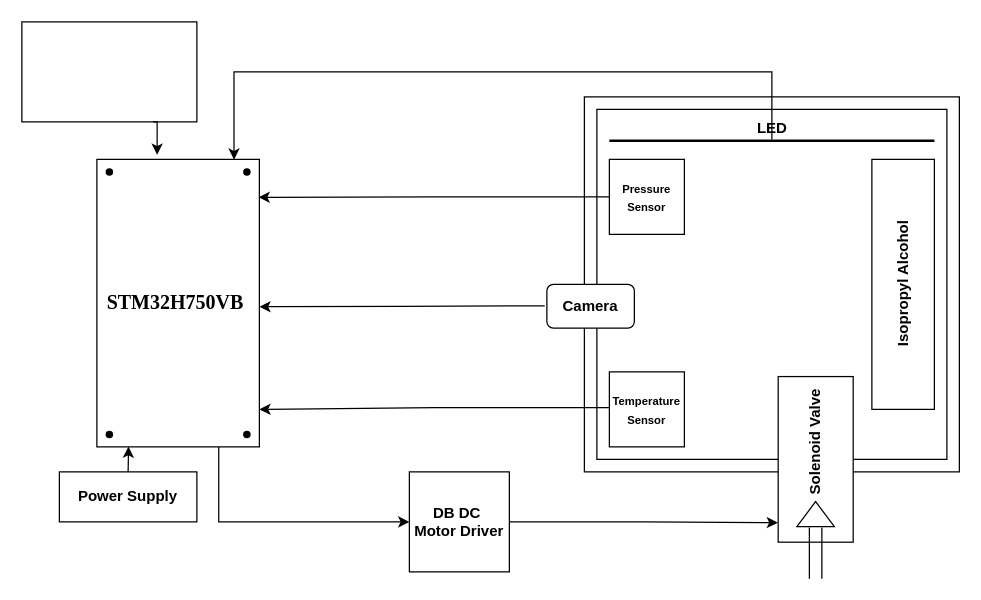
Before: Particle_Detector.drawio in PS-KAVERAPPA/Particle_Detector, a draw.io diagram. Source tidied: cells renumbered, new cells numbered last; positions are measured from the earlier drawing's top-left corner, leaving out a move shared by most shapes. Both pictures are drawn from the tidied source at 125%, with x=0, y=0 at pixel (21, 21).
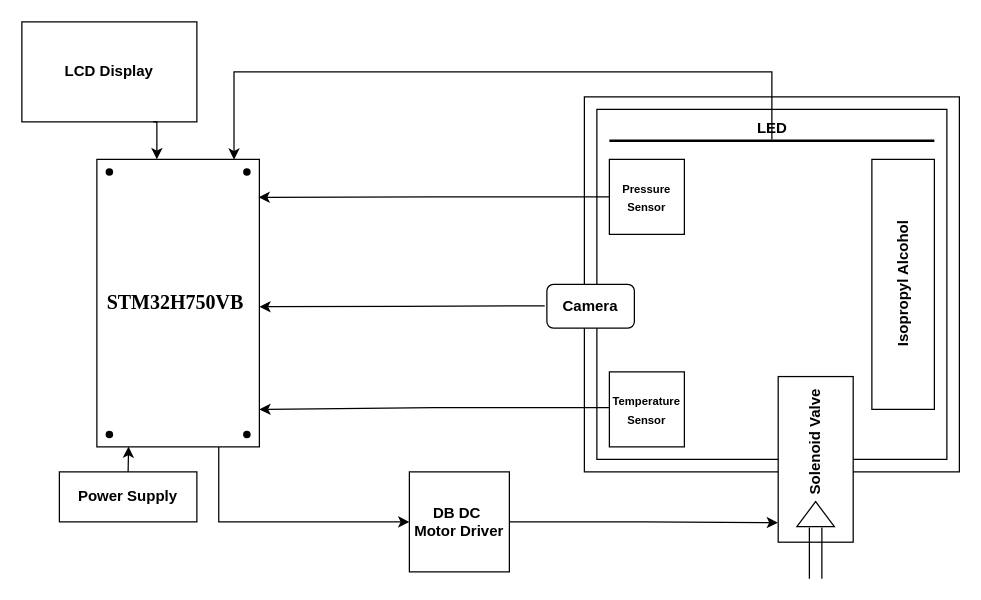
The same page after the edit.

The change refers to these unchanged cells:
```xml
<mxCell id="3" value="&lt;span style=&quot;font-size: 12pt; line-height: 115%; font-family: Times, serif;&quot; lang=&quot;EN&quot;&gt;&lt;b&gt;STM32H750VB&amp;nbsp;&lt;/b&gt;&lt;/span&gt;" style="rounded=0;whiteSpace=wrap;html=1;" parent="1" vertex="1">
  <mxGeometry x="60" y="110" width="130" height="230" as="geometry" />
</mxCell>
```

Diff of the diagram source:
```diff
@@
-    <mxCell id="28" style="rounded=0;whiteSpace=wrap;html=1;" parent="1" vertex="1">
+    <mxCell id="28" value="&lt;b&gt;LCD Display&lt;/b&gt;" style="rounded=0;whiteSpace=wrap;html=1;" parent="1" vertex="1">
       <mxGeometry width="140" height="80" as="geometry" />
     </mxCell>
-    <mxCell id="29" style="edgeStyle=orthogonalEdgeStyle;rounded=0;jettySize=auto;html=1;exitX=0.75;exitY=1;exitDx=0;exitDy=0;entryX=0.371;entryY=-0.016;entryDx=0;entryDy=0;entryPerimeter=0;" parent="1" edge="1" source="28" target="3">
-      <mxGeometry relative="1" as="geometry" />
+    <mxCell id="29" style="edgeStyle=orthogonalEdgeStyle;rounded=0;jettySize=auto;html=1;exitX=0.75;exitY=1;exitDx=0;exitDy=0;" parent="1" edge="1" source="28">
+      <mxGeometry relative="1" as="geometry">
+        <mxPoint x="108" y="110" as="targetPoint" />
+      </mxGeometry>
     </mxCell>
```
